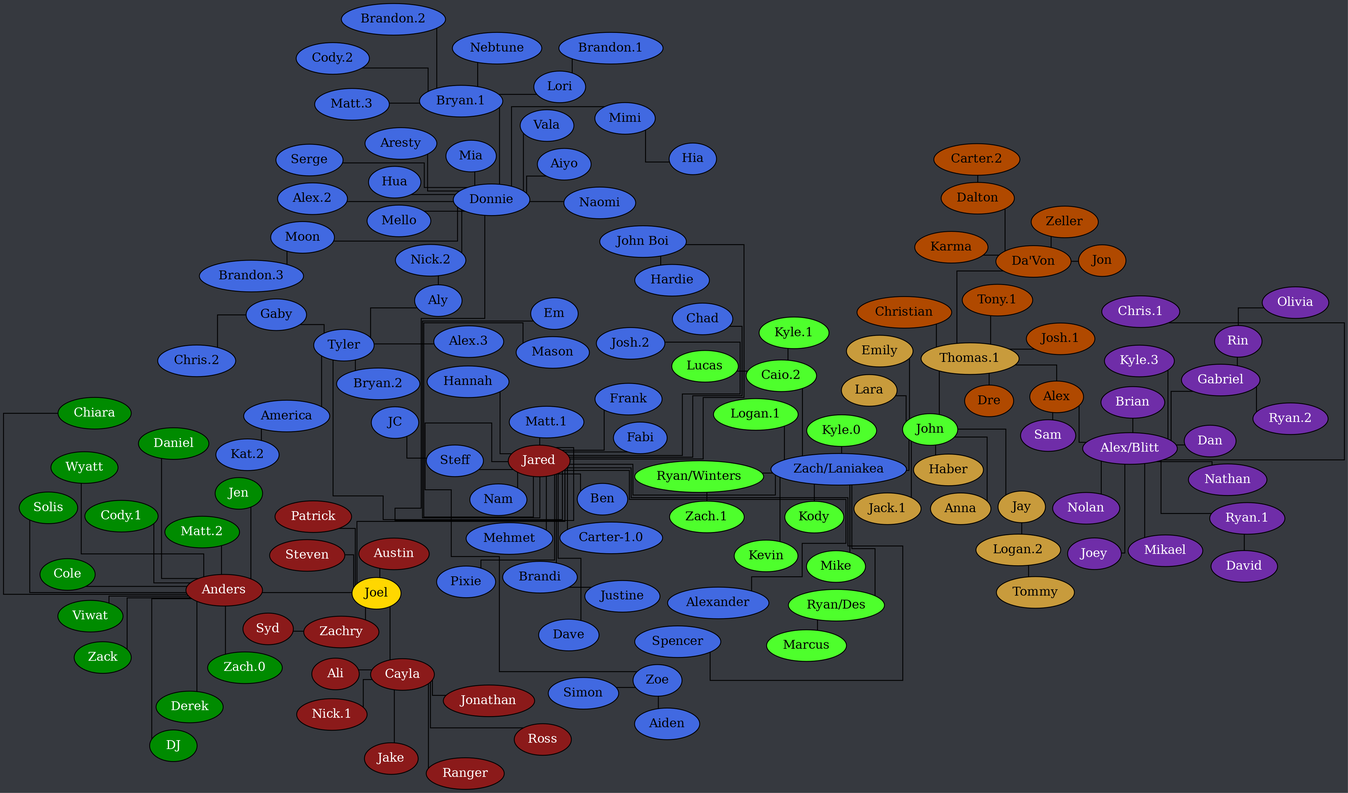
The Graphviz diagram tree.png in Documidas/CoronaCatzFamilyTree, before a commit. Its source is kept beside it as tree.dot.
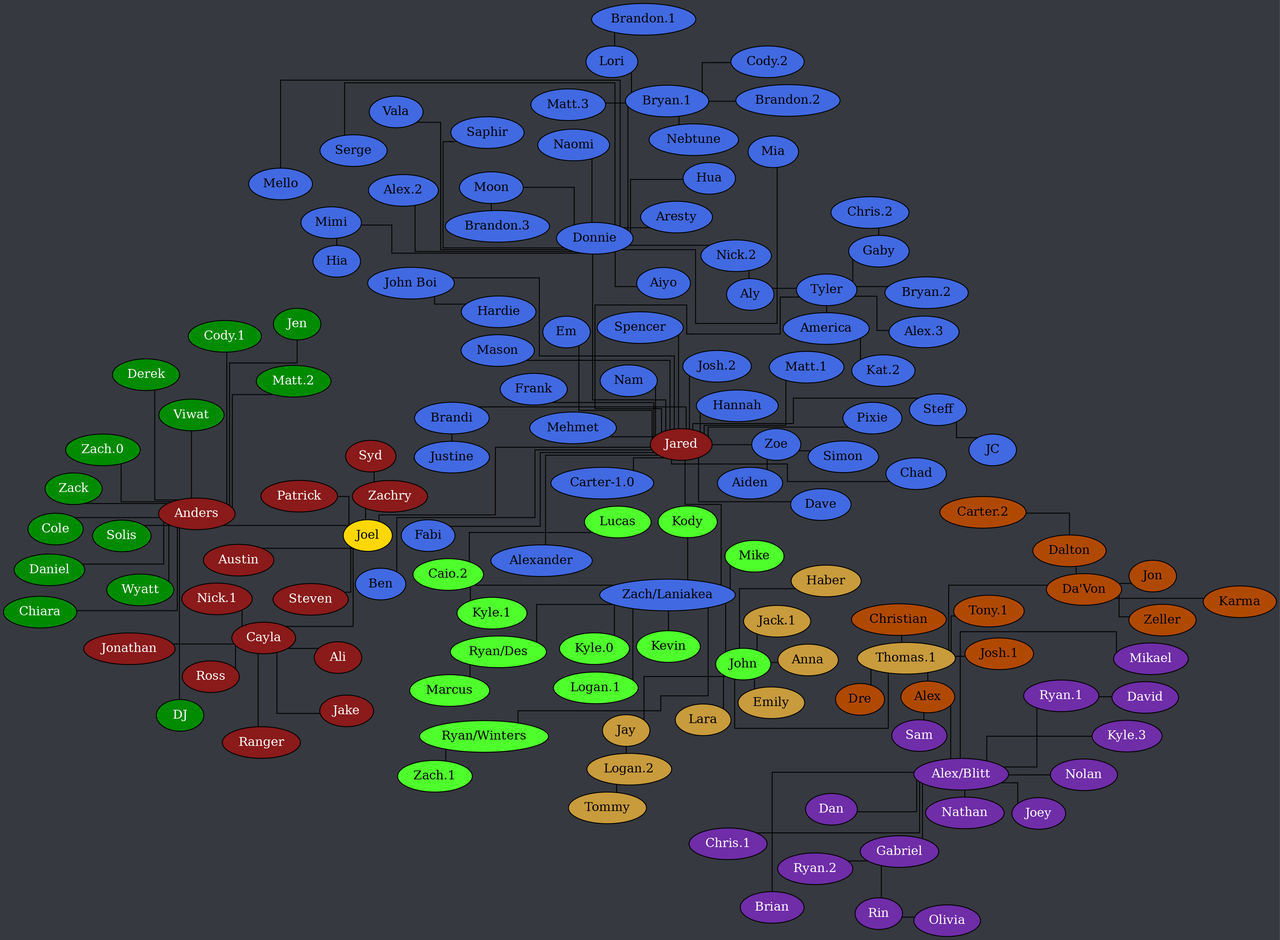
Later version of the same file.

Change to the diagram source:
```diff
@@ -72,6 +72,7 @@
 		Donnie -- "Nick.2";
 		Donnie -- Naomi;
 		Donnie -- Serge;
+		Donnie -- Saphir;
 		Donnie -- Vala;
 		Gaby -- "Chris.2";
 		Lori -- "Brandon.1";
```
